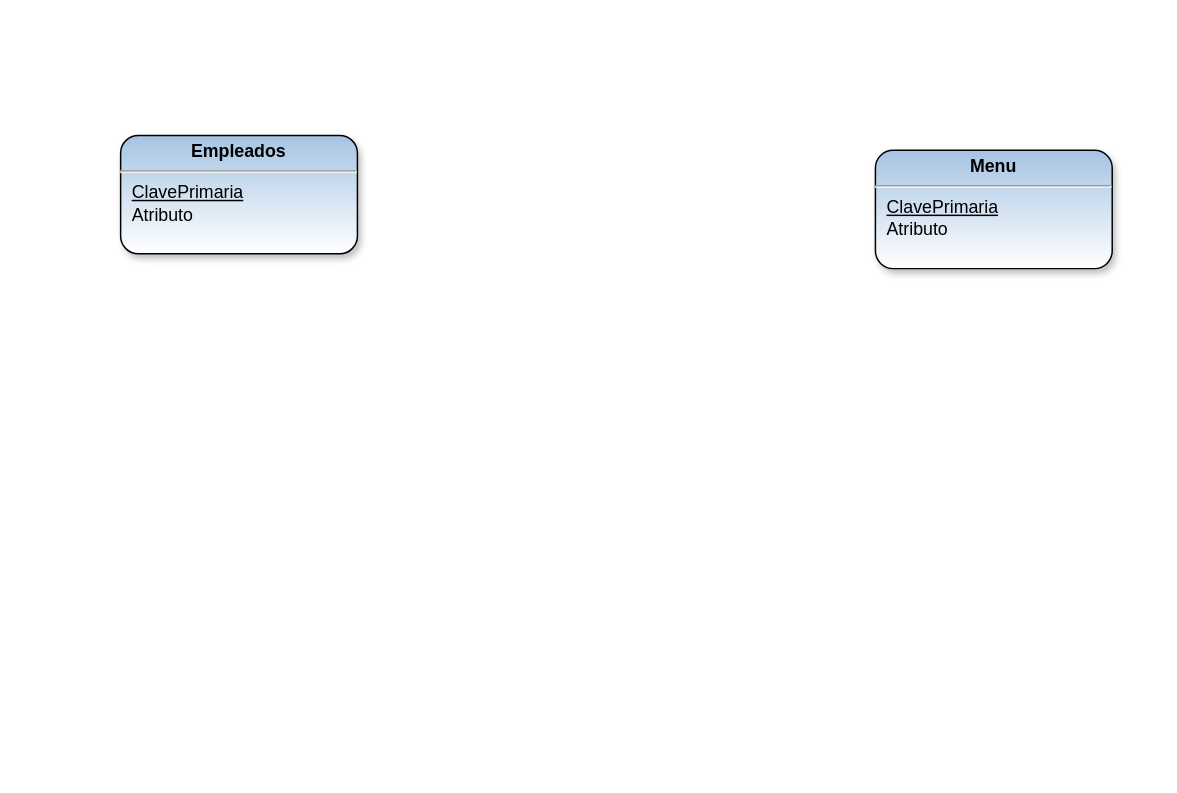
Before: BDEjercicio.drawio in charlyglez2035/charlyglez2035, a draw.io diagram. Source tidied: cells renumbered, new cells numbered last; positions are measured from the earlier drawing's top-left corner, leaving out a move shared by most shapes. Both pictures are drawn from the tidied source at 148%, with x=0, y=0 at pixel (120, 135).
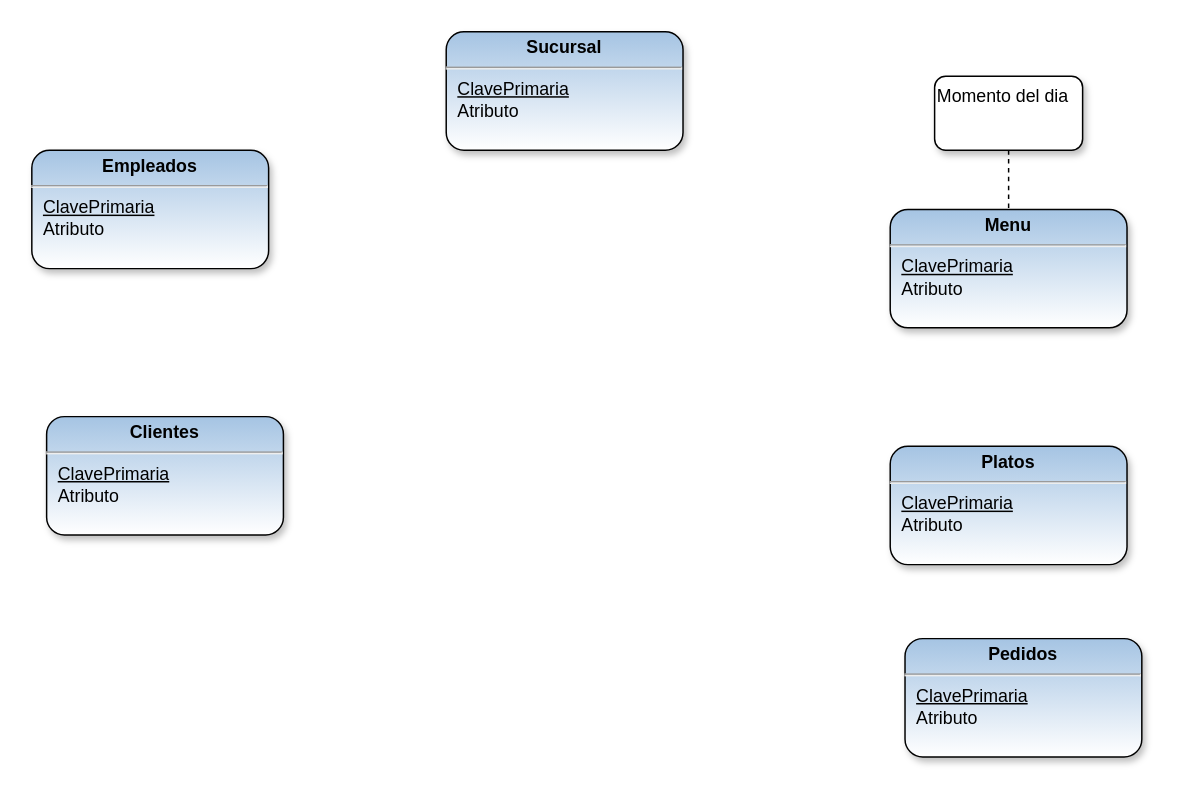
The same page after the edit.

What changed in the source:
```diff
@@
 <mxGraphModel>
   <root>
     <mxCell id="0" />
     <mxCell id="1" parent="0" />
     <mxCell id="2" value="&lt;p style=&quot;text-align: center ; margin: 4px 0px 0px&quot;&gt;&lt;b&gt;Empleados&lt;/b&gt;&lt;/p&gt;&lt;hr&gt;&lt;p style=&quot;margin: 0px ; margin-left: 8px&quot;&gt;&lt;u&gt;ClavePrimaria&lt;/u&gt;&lt;br&gt;&lt;/p&gt;&lt;p style=&quot;margin: 0px ; margin-left: 8px&quot;&gt;Atributo&lt;/p&gt;" style="verticalAlign=top;align=left;overflow=fill;fontSize=12;fontFamily=Helvetica;html=1;gradientDirection=south;rounded=1;shadow=1;sketch=0;glass=0;strokeColor=#000000;fillColor=#a5c4e3;gradientColor=#ffffff;" parent="1" vertex="1">
-      <mxGeometry width="160" height="80" as="geometry" />
+      <mxGeometry x="-60" y="10" width="160" height="80" as="geometry" />
     </mxCell>
     <mxCell id="3" value="&lt;p style=&quot;text-align: center ; margin: 4px 0px 0px&quot;&gt;&lt;b&gt;Menu&lt;/b&gt;&lt;/p&gt;&lt;hr&gt;&lt;p style=&quot;margin: 0px ; margin-left: 8px&quot;&gt;&lt;u&gt;ClavePrimaria&lt;/u&gt;&lt;br&gt;&lt;/p&gt;&lt;p style=&quot;margin: 0px ; margin-left: 8px&quot;&gt;Atributo&lt;/p&gt;" style="verticalAlign=top;align=left;overflow=fill;fontSize=12;fontFamily=Helvetica;html=1;gradientDirection=south;rounded=1;shadow=1;sketch=0;glass=0;strokeColor=#000000;fillColor=#a5c4e3;gradientColor=#ffffff;" parent="1" vertex="1">
-      <mxGeometry x="510" y="10" width="160" height="80" as="geometry" />
+      <mxGeometry x="520" y="50" width="160" height="80" as="geometry" />
     </mxCell>
+    <mxCell id="4" style="endArrow=none;dashed=1;html=1;rounded=0;entryX=0.5;entryY=0;entryDx=0;entryDy=0;" parent="1" edge="1" target="3">
+      <mxGeometry relative="1" as="geometry">
+        <mxPoint x="600" y="10" as="sourcePoint" />
+      </mxGeometry>
+    </mxCell>
+    <mxCell id="5" value="Momento del dia" style="rounded=1;whiteSpace=wrap;html=1;shadow=1;sketch=0;fillColor=#ffffff;gradientColor=#ffffff;align=left;verticalAlign=top;" parent="1" vertex="1">
+      <mxGeometry x="550" y="-40" width="100" height="50" as="geometry" />
+    </mxCell>
+    <mxCell id="6" value="&lt;p style=&quot;text-align: center ; margin: 4px 0px 0px&quot;&gt;&lt;b&gt;Platos&lt;/b&gt;&lt;/p&gt;&lt;hr&gt;&lt;p style=&quot;margin: 0px ; margin-left: 8px&quot;&gt;&lt;u&gt;ClavePrimaria&lt;/u&gt;&lt;br&gt;&lt;/p&gt;&lt;p style=&quot;margin: 0px ; margin-left: 8px&quot;&gt;Atributo&lt;/p&gt;" style="verticalAlign=top;align=left;overflow=fill;fontSize=12;fontFamily=Helvetica;html=1;gradientDirection=south;rounded=1;shadow=1;sketch=0;glass=0;strokeColor=#000000;fillColor=#a5c4e3;gradientColor=#ffffff;" parent="1" vertex="1">
+      <mxGeometry x="520" y="210" width="160" height="80" as="geometry" />
+    </mxCell>
+    <mxCell id="7" value="&lt;p style=&quot;text-align: center ; margin: 4px 0px 0px&quot;&gt;&lt;b&gt;Clientes&lt;/b&gt;&lt;/p&gt;&lt;hr&gt;&lt;p style=&quot;margin: 0px ; margin-left: 8px&quot;&gt;&lt;u&gt;ClavePrimaria&lt;/u&gt;&lt;br&gt;&lt;/p&gt;&lt;p style=&quot;margin: 0px ; margin-left: 8px&quot;&gt;Atributo&lt;/p&gt;" style="verticalAlign=top;align=left;overflow=fill;fontSize=12;fontFamily=Helvetica;html=1;gradientDirection=south;rounded=1;shadow=1;sketch=0;glass=0;strokeColor=#000000;fillColor=#a5c4e3;gradientColor=#ffffff;" parent="1" vertex="1">
+      <mxGeometry x="-50" y="190" width="160" height="80" as="geometry" />
+    </mxCell>
+    <mxCell id="8" value="&lt;p style=&quot;text-align: center ; margin: 4px 0px 0px&quot;&gt;&lt;b&gt;Pedidos&lt;/b&gt;&lt;/p&gt;&lt;hr&gt;&lt;p style=&quot;margin: 0px ; margin-left: 8px&quot;&gt;&lt;u&gt;ClavePrimaria&lt;/u&gt;&lt;br&gt;&lt;/p&gt;&lt;p style=&quot;margin: 0px ; margin-left: 8px&quot;&gt;Atributo&lt;/p&gt;" style="verticalAlign=top;align=left;overflow=fill;fontSize=12;fontFamily=Helvetica;html=1;gradientDirection=south;rounded=1;shadow=1;sketch=0;glass=0;strokeColor=#000000;fillColor=#a5c4e3;gradientColor=#ffffff;" parent="1" vertex="1">
+      <mxGeometry x="530" y="340" width="160" height="80" as="geometry" />
+    </mxCell>
+    <mxCell id="9" value="&lt;p style=&quot;text-align: center ; margin: 4px 0px 0px&quot;&gt;&lt;b&gt;Sucursal&lt;/b&gt;&lt;/p&gt;&lt;hr&gt;&lt;p style=&quot;margin: 0px ; margin-left: 8px&quot;&gt;&lt;u&gt;ClavePrimaria&lt;/u&gt;&lt;br&gt;&lt;/p&gt;&lt;p style=&quot;margin: 0px ; margin-left: 8px&quot;&gt;Atributo&lt;/p&gt;" style="verticalAlign=top;align=left;overflow=fill;fontSize=12;fontFamily=Helvetica;html=1;gradientDirection=south;rounded=1;shadow=1;sketch=0;glass=0;strokeColor=#000000;fillColor=#a5c4e3;gradientColor=#ffffff;" parent="1" vertex="1">
+      <mxGeometry x="220" y="-70" width="160" height="80" as="geometry" />
+    </mxCell>
   </root>
 </mxGraphModel>
```
